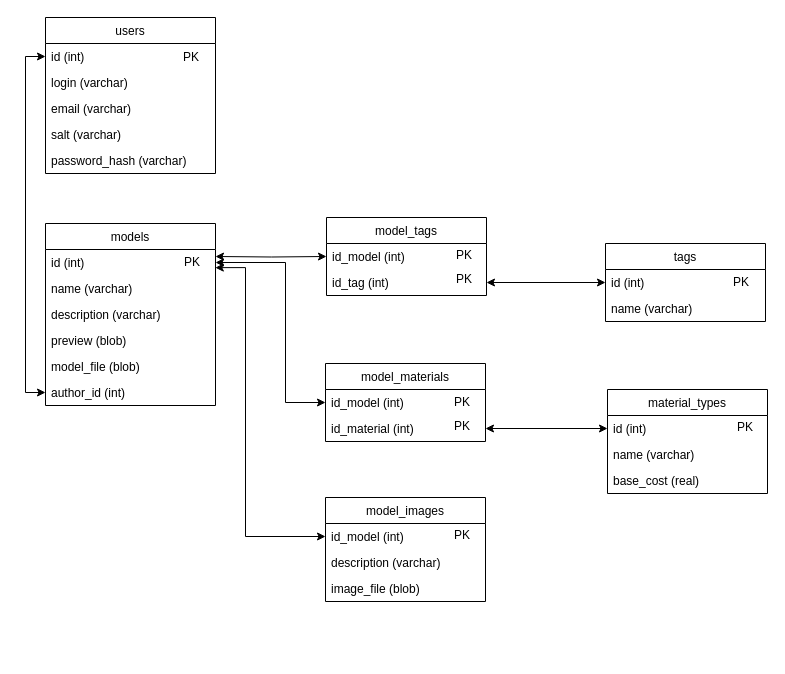
This is backend/db/doc/db_scheme.drawio from Your-Factory/marketplace, a draw.io file, before an edit. Source tidied: cells renumbered, new cells numbered last; positions are measured from the earlier drawing's top-left corner, leaving out a move shared by most shapes. Both pictures are drawn from the tidied source at 100%, with x=0, y=0 at pixel (25, 17).
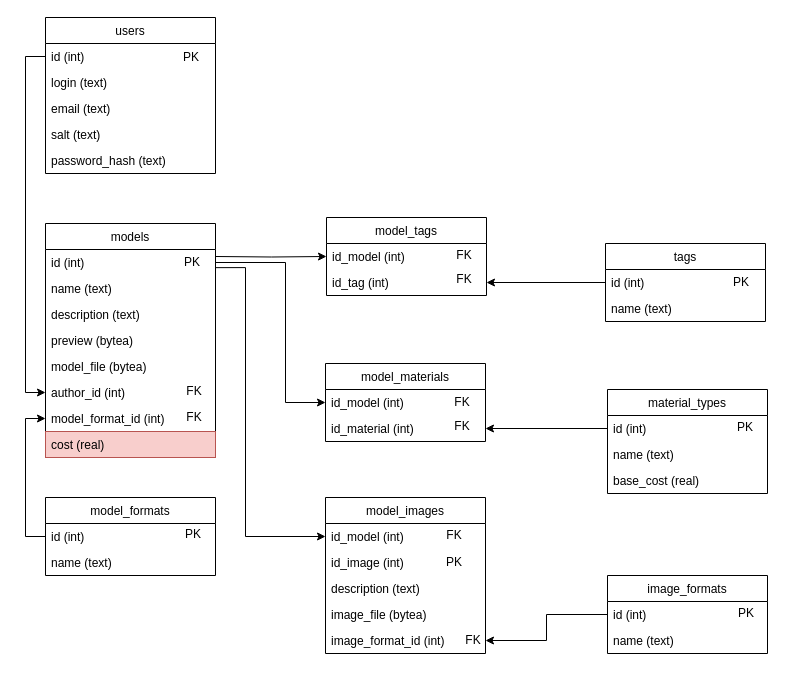
After the change.

Commit message (it also covers changes not shown here):
Add database scheme and sql generation script

Unchanged cells that the change refers to:
```xml
<mxCell id="2" value="users" style="swimlane;fontStyle=0;horizontal=1;startSize=26;fillColor=none;" parent="1" vertex="1">
  <mxGeometry x="20" width="170" height="156" as="geometry" />
</mxCell>
<mxCell id="3" value="id (int)" style="text;strokeColor=none;fillColor=none;align=left;verticalAlign=top;spacingLeft=4;spacingRight=4;overflow=hidden;points=[[0,0.5],[1,0.5]];portConstraint=eastwest;" parent="2" vertex="1">
  <mxGeometry y="26" width="170" height="26" as="geometry" />
</mxCell>
<mxCell id="9" value="id (int)" style="text;strokeColor=none;fillColor=none;align=left;verticalAlign=top;spacingLeft=4;spacingRight=4;overflow=hidden;points=[[0,0.5],[1,0.5]];portConstraint=eastwest;" parent="8" vertex="1">
  <mxGeometry y="26" width="170" height="26" as="geometry" />
</mxCell>
<mxCell id="14" value="author_id (int)" style="text;strokeColor=none;fillColor=none;align=left;verticalAlign=top;spacingLeft=4;spacingRight=4;overflow=hidden;points=[[0,0.5],[1,0.5]];portConstraint=eastwest;" parent="8" vertex="1">
  <mxGeometry y="156" width="170" height="26" as="geometry" />
</mxCell>
<mxCell id="15" value="material_types" style="swimlane;fontStyle=0;horizontal=1;startSize=26;fillColor=none;" parent="1" vertex="1">
  <mxGeometry x="582" y="372" width="160" height="104" as="geometry" />
</mxCell>
<mxCell id="16" value="id (int)" style="text;strokeColor=none;fillColor=none;align=left;verticalAlign=top;spacingLeft=4;spacingRight=4;overflow=hidden;points=[[0,0.5],[1,0.5]];portConstraint=eastwest;" parent="15" vertex="1">
  <mxGeometry y="26" width="160" height="26" as="geometry" />
</mxCell>
<mxCell id="20" value="id_model (int)" style="text;strokeColor=none;fillColor=none;align=left;verticalAlign=top;spacingLeft=4;spacingRight=4;overflow=hidden;points=[[0,0.5],[1,0.5]];portConstraint=eastwest;" parent="19" vertex="1">
  <mxGeometry y="26" width="160" height="26" as="geometry" />
</mxCell>
<mxCell id="21" value="id_tag (int)" style="text;strokeColor=none;fillColor=none;align=left;verticalAlign=top;spacingLeft=4;spacingRight=4;overflow=hidden;points=[[0,0.5],[1,0.5]];portConstraint=eastwest;" parent="19" vertex="1">
  <mxGeometry y="52" width="160" height="26" as="geometry" />
</mxCell>
<mxCell id="22" value="tags" style="swimlane;fontStyle=0;horizontal=1;startSize=26;fillColor=none;" parent="1" vertex="1">
  <mxGeometry x="580" y="226" width="160" height="78" as="geometry" />
</mxCell>
<mxCell id="23" value="id (int)" style="text;strokeColor=none;fillColor=none;align=left;verticalAlign=top;spacingLeft=4;spacingRight=4;overflow=hidden;points=[[0,0.5],[1,0.5]];portConstraint=eastwest;" parent="22" vertex="1">
  <mxGeometry y="26" width="160" height="26" as="geometry" />
</mxCell>
<mxCell id="30" value="id_model (int)" style="text;strokeColor=none;fillColor=none;align=left;verticalAlign=top;spacingLeft=4;spacingRight=4;overflow=hidden;points=[[0,0.5],[1,0.5]];portConstraint=eastwest;" parent="29" vertex="1">
  <mxGeometry y="26" width="160" height="26" as="geometry" />
</mxCell>
<mxCell id="31" value="id_material (int)" style="text;strokeColor=none;fillColor=none;align=left;verticalAlign=top;spacingLeft=4;spacingRight=4;overflow=hidden;points=[[0,0.5],[1,0.5]];portConstraint=eastwest;" parent="29" vertex="1">
  <mxGeometry y="52" width="160" height="26" as="geometry" />
</mxCell>
<mxCell id="34" value="id_model (int)" style="text;strokeColor=none;fillColor=none;align=left;verticalAlign=top;spacingLeft=4;spacingRight=4;overflow=hidden;points=[[0,0.5],[1,0.5]];portConstraint=eastwest;" parent="33" vertex="1">
  <mxGeometry y="26" width="160" height="26" as="geometry" />
</mxCell>
```

Diff of the diagram source:
```diff
@@
-    <mxCell id="4" value="login (varchar)" style="text;strokeColor=none;fillColor=none;align=left;verticalAlign=top;spacingLeft=4;spacingRight=4;overflow=hidden;" parent="2" vertex="1">
+    <mxCell id="4" value="login (text)" style="text;strokeColor=none;fillColor=none;align=left;verticalAlign=top;spacingLeft=4;spacingRight=4;overflow=hidden;" parent="2" vertex="1">
       <mxGeometry y="52" width="170" height="26" as="geometry" />
     </mxCell>
-    <mxCell id="5" value="email (varchar)" style="text;strokeColor=none;fillColor=none;align=left;verticalAlign=top;spacingLeft=4;spacingRight=4;overflow=hidden;" parent="2" vertex="1">
+    <mxCell id="5" value="email (text)" style="text;strokeColor=none;fillColor=none;align=left;verticalAlign=top;spacingLeft=4;spacingRight=4;overflow=hidden;" parent="2" vertex="1">
       <mxGeometry y="78" width="170" height="26" as="geometry" />
     </mxCell>
-    <mxCell id="6" value="salt (varchar)" style="text;strokeColor=none;fillColor=none;align=left;verticalAlign=top;spacingLeft=4;spacingRight=4;overflow=hidden;" parent="2" vertex="1">
+    <mxCell id="6" value="salt (text)" style="text;strokeColor=none;fillColor=none;align=left;verticalAlign=top;spacingLeft=4;spacingRight=4;overflow=hidden;" parent="2" vertex="1">
       <mxGeometry y="104" width="170" height="26" as="geometry" />
     </mxCell>
-    <mxCell id="7" value="password_hash (varchar)" style="text;strokeColor=none;fillColor=none;align=left;verticalAlign=top;spacingLeft=4;spacingRight=4;overflow=hidden;" parent="2" vertex="1">
+    <mxCell id="7" value="password_hash (text)" style="text;strokeColor=none;fillColor=none;align=left;verticalAlign=top;spacingLeft=4;spacingRight=4;overflow=hidden;" parent="2" vertex="1">
       <mxGeometry y="130" width="170" height="26" as="geometry" />
     </mxCell>
     <mxCell id="8" value="models" style="swimlane;fontStyle=0;horizontal=1;startSize=26;fillColor=none;" parent="1" vertex="1">
-      <mxGeometry x="20" y="206" width="170" height="182" as="geometry" />
+      <mxGeometry x="20" y="206" width="170" height="234" as="geometry" />
     </mxCell>
@@
-    <mxCell id="10" value="name (varchar)" style="text;strokeColor=none;fillColor=none;align=left;verticalAlign=top;spacingLeft=4;spacingRight=4;overflow=hidden;" parent="8" vertex="1">
+    <mxCell id="10" value="name (text)" style="text;strokeColor=none;fillColor=none;align=left;verticalAlign=top;spacingLeft=4;spacingRight=4;overflow=hidden;" parent="8" vertex="1">
       <mxGeometry y="52" width="170" height="26" as="geometry" />
     </mxCell>
-    <mxCell id="11" value="description (varchar)" style="text;strokeColor=none;fillColor=none;align=left;verticalAlign=top;spacingLeft=4;spacingRight=4;overflow=hidden;" parent="8" vertex="1">
+    <mxCell id="11" value="description (text)" style="text;strokeColor=none;fillColor=none;align=left;verticalAlign=top;spacingLeft=4;spacingRight=4;overflow=hidden;" parent="8" vertex="1">
       <mxGeometry y="78" width="170" height="26" as="geometry" />
     </mxCell>
-    <mxCell id="12" value="preview (blob)" style="text;strokeColor=none;fillColor=none;align=left;verticalAlign=top;spacingLeft=4;spacingRight=4;overflow=hidden;" parent="8" vertex="1">
+    <mxCell id="12" value="preview (bytea)" style="text;strokeColor=none;fillColor=none;align=left;verticalAlign=top;spacingLeft=4;spacingRight=4;overflow=hidden;" parent="8" vertex="1">
       <mxGeometry y="104" width="170" height="26" as="geometry" />
     </mxCell>
-    <mxCell id="13" value="model_file (blob)" style="text;strokeColor=none;fillColor=none;align=left;verticalAlign=top;spacingLeft=4;spacingRight=4;overflow=hidden;" parent="8" vertex="1">
+    <mxCell id="13" value="model_file (bytea)" style="text;strokeColor=none;fillColor=none;align=left;verticalAlign=top;spacingLeft=4;spacingRight=4;overflow=hidden;" parent="8" vertex="1">
       <mxGeometry y="130" width="170" height="26" as="geometry" />
     </mxCell>
@@
+    <mxCell id="47" value="model_format_id (int)" style="text;strokeColor=none;fillColor=none;align=left;verticalAlign=top;spacingLeft=4;spacingRight=4;overflow=hidden;points=[[0,0.5],[1,0.5]];portConstraint=eastwest;" parent="8" vertex="1">
+      <mxGeometry y="182" width="170" height="26" as="geometry" />
+    </mxCell>
+    <mxCell id="48" value="cost (real)" style="text;strokeColor=#b85450;fillColor=#f8cecc;align=left;verticalAlign=top;spacingLeft=4;spacingRight=4;overflow=hidden;" parent="8" vertex="1">
+      <mxGeometry y="208" width="170" height="26" as="geometry" />
+    </mxCell>
@@
-    <mxCell id="17" value="name (varchar)" style="text;strokeColor=none;fillColor=none;align=left;verticalAlign=top;spacingLeft=4;spacingRight=4;overflow=hidden;" parent="15" vertex="1">
+    <mxCell id="17" value="name (text)" style="text;strokeColor=none;fillColor=none;align=left;verticalAlign=top;spacingLeft=4;spacingRight=4;overflow=hidden;" parent="15" vertex="1">
       <mxGeometry y="52" width="160" height="26" as="geometry" />
     </mxCell>
@@
-    <mxCell id="24" value="name (varchar)" style="text;strokeColor=none;fillColor=none;align=left;verticalAlign=top;spacingLeft=4;spacingRight=4;overflow=hidden;" parent="22" vertex="1">
+    <mxCell id="24" value="name (text)" style="text;strokeColor=none;fillColor=none;align=left;verticalAlign=top;spacingLeft=4;spacingRight=4;overflow=hidden;" parent="22" vertex="1">
       <mxGeometry y="52" width="160" height="26" as="geometry" />
     </mxCell>
-    <mxCell id="25" style="edgeStyle=orthogonalEdgeStyle;rounded=0;jettySize=auto;html=1;entryX=0;entryY=0.5;entryDx=0;entryDy=0;startArrow=classic;startFill=1;" parent="1" edge="1" source="21" target="23">
+    <mxCell id="25" style="edgeStyle=orthogonalEdgeStyle;rounded=0;jettySize=auto;html=1;entryX=0;entryY=0.5;entryDx=0;entryDy=0;startArrow=classic;startFill=1;endArrow=none;endFill=0;" parent="1" edge="1" source="21" target="23">
       <mxGeometry relative="1" as="geometry" />
     </mxCell>
-    <mxCell id="26" style="edgeStyle=orthogonalEdgeStyle;rounded=0;jettySize=auto;html=1;entryX=0;entryY=0.5;entryDx=0;entryDy=0;startArrow=classic;startFill=1;" parent="1" edge="1" target="20">
+    <mxCell id="26" style="edgeStyle=orthogonalEdgeStyle;rounded=0;jettySize=auto;html=1;entryX=0;entryY=0.5;entryDx=0;entryDy=0;startArrow=none;startFill=0;" parent="1" edge="1" target="20">
       <mxGeometry relative="1" as="geometry">
         <mxPoint x="190" y="239" as="sourcePoint" />
       </mxGeometry>
     </mxCell>
-    <mxCell id="27" style="edgeStyle=orthogonalEdgeStyle;rounded=0;jettySize=auto;html=1;entryX=0;entryY=0.5;entryDx=0;entryDy=0;startArrow=classic;startFill=1;exitX=1;exitY=0.5;exitDx=0;exitDy=0;" parent="1" edge="1" source="31" target="16">
+    <mxCell id="27" style="edgeStyle=orthogonalEdgeStyle;rounded=0;jettySize=auto;html=1;entryX=0;entryY=0.5;entryDx=0;entryDy=0;startArrow=classic;startFill=1;exitX=1;exitY=0.5;exitDx=0;exitDy=0;endArrow=none;endFill=0;" parent="1" edge="1" source="31" target="16">
       <mxGeometry relative="1" as="geometry" />
     </mxCell>
-    <mxCell id="28" style="edgeStyle=orthogonalEdgeStyle;rounded=0;jettySize=auto;html=1;entryX=0;entryY=0.5;entryDx=0;entryDy=0;startArrow=classic;startFill=1;" parent="1" edge="1" source="14" target="3">
+    <mxCell id="28" style="edgeStyle=orthogonalEdgeStyle;rounded=0;jettySize=auto;html=1;entryX=0;entryY=0.5;entryDx=0;entryDy=0;startArrow=classic;startFill=1;endArrow=none;endFill=0;" parent="1" edge="1" source="14" target="3">
       <mxGeometry relative="1" as="geometry">
         <Array as="points">
           <mxPoint y="375" />
           <mxPoint y="39" />
         </Array>
       </mxGeometry>
     </mxCell>
@@
-    <mxCell id="32" style="edgeStyle=orthogonalEdgeStyle;rounded=0;jettySize=auto;html=1;entryX=0;entryY=0.5;entryDx=0;entryDy=0;startArrow=classic;startFill=1;exitX=1;exitY=0.5;exitDx=0;exitDy=0;" parent="1" edge="1" source="9" target="30">
+    <mxCell id="32" style="edgeStyle=orthogonalEdgeStyle;rounded=0;jettySize=auto;html=1;entryX=0;entryY=0.5;entryDx=0;entryDy=0;startArrow=none;startFill=0;exitX=1;exitY=0.5;exitDx=0;exitDy=0;" parent="1" edge="1" source="9" target="30">
       <mxGeometry relative="1" as="geometry">
         <Array as="points">
           <mxPoint x="260" y="245" />
           <mxPoint x="260" y="385" />
         </Array>
       </mxGeometry>
     </mxCell>
     <mxCell id="33" value="model_images" style="swimlane;fontStyle=0;horizontal=1;startSize=26;fillColor=none;" parent="1" vertex="1">
-      <mxGeometry x="300" y="480" width="160" height="104" as="geometry" />
+      <mxGeometry x="300" y="480" width="160" height="156" as="geometry" />
     </mxCell>
@@
+    <mxCell id="49" value="id_image (int)" style="text;strokeColor=none;fillColor=none;align=left;verticalAlign=top;spacingLeft=4;spacingRight=4;overflow=hidden;" parent="33" vertex="1">
+      <mxGeometry y="52" width="160" height="26" as="geometry" />
+    </mxCell>
-    <mxCell id="35" value="description (varchar)" style="text;strokeColor=none;fillColor=none;align=left;verticalAlign=top;spacingLeft=4;spacingRight=4;overflow=hidden;" parent="33" vertex="1">
-      <mxGeometry y="52" width="160" height="26" as="geometry" />
+    <mxCell id="35" value="description (text)" style="text;strokeColor=none;fillColor=none;align=left;verticalAlign=top;spacingLeft=4;spacingRight=4;overflow=hidden;" parent="33" vertex="1">
+      <mxGeometry y="78" width="160" height="26" as="geometry" />
     </mxCell>
-    <mxCell id="36" value="image_file (blob)" style="text;strokeColor=none;fillColor=none;align=left;verticalAlign=top;spacingLeft=4;spacingRight=4;overflow=hidden;" parent="33" vertex="1">
-      <mxGeometry y="78" width="160" height="26" as="geometry" />
+    <mxCell id="36" value="image_file (bytea)" style="text;strokeColor=none;fillColor=none;align=left;verticalAlign=top;spacingLeft=4;spacingRight=4;overflow=hidden;" parent="33" vertex="1">
+      <mxGeometry y="104" width="160" height="26" as="geometry" />
     </mxCell>
+    <mxCell id="50" value="image_format_id (int)" style="text;strokeColor=none;fillColor=none;align=left;verticalAlign=top;spacingLeft=4;spacingRight=4;overflow=hidden;points=[[0,0.5],[1,0.5]];portConstraint=eastwest;" parent="33" vertex="1">
+      <mxGeometry y="130" width="160" height="26" as="geometry" />
+    </mxCell>
-    <mxCell id="37" style="edgeStyle=orthogonalEdgeStyle;rounded=0;jettySize=auto;html=1;entryX=0;entryY=0.5;entryDx=0;entryDy=0;startArrow=classic;startFill=1;exitX=0.999;exitY=0.698;exitDx=0;exitDy=0;exitPerimeter=0;" parent="1" edge="1" source="9" target="34">
+    <mxCell id="37" style="edgeStyle=orthogonalEdgeStyle;rounded=0;jettySize=auto;html=1;entryX=0;entryY=0.5;entryDx=0;entryDy=0;startArrow=none;startFill=0;exitX=0.999;exitY=0.698;exitDx=0;exitDy=0;exitPerimeter=0;" parent="1" edge="1" source="9" target="34">
       <mxGeometry relative="1" as="geometry">
         <Array as="points">
           <mxPoint x="220" y="250" />
           <mxPoint x="220" y="519" />
         </Array>
       </mxGeometry>
     </mxCell>
@@
     <mxCell id="42" value="PK" style="text;html=1;strokeColor=none;fillColor=none;align=center;verticalAlign=middle;whiteSpace=wrap;rounded=0;" parent="1" vertex="1">
-      <mxGeometry x="417" y="508" width="40" height="20" as="geometry" />
+      <mxGeometry x="409" y="535" width="40" height="20" as="geometry" />
     </mxCell>
-    <mxCell id="43" value="PK" style="text;html=1;strokeColor=none;fillColor=none;align=center;verticalAlign=middle;whiteSpace=wrap;rounded=0;" parent="1" vertex="1">
+    <mxCell id="43" value="FK" style="text;html=1;strokeColor=none;fillColor=none;align=center;verticalAlign=middle;whiteSpace=wrap;rounded=0;" parent="1" vertex="1">
       <mxGeometry x="419" y="228" width="40" height="20" as="geometry" />
     </mxCell>
-    <mxCell id="44" value="PK" style="text;html=1;strokeColor=none;fillColor=none;align=center;verticalAlign=middle;whiteSpace=wrap;rounded=0;" parent="1" vertex="1">
+    <mxCell id="44" value="FK" style="text;html=1;strokeColor=none;fillColor=none;align=center;verticalAlign=middle;whiteSpace=wrap;rounded=0;" parent="1" vertex="1">
       <mxGeometry x="419" y="252" width="40" height="20" as="geometry" />
     </mxCell>
-    <mxCell id="45" value="PK" style="text;html=1;strokeColor=none;fillColor=none;align=center;verticalAlign=middle;whiteSpace=wrap;rounded=0;" parent="1" vertex="1">
+    <mxCell id="45" value="FK" style="text;html=1;strokeColor=none;fillColor=none;align=center;verticalAlign=middle;whiteSpace=wrap;rounded=0;" parent="1" vertex="1">
       <mxGeometry x="417" y="375" width="40" height="20" as="geometry" />
     </mxCell>
-    <mxCell id="46" value="PK" style="text;html=1;strokeColor=none;fillColor=none;align=center;verticalAlign=middle;whiteSpace=wrap;rounded=0;" parent="1" vertex="1">
+    <mxCell id="46" value="FK" style="text;html=1;strokeColor=none;fillColor=none;align=center;verticalAlign=middle;whiteSpace=wrap;rounded=0;" parent="1" vertex="1">
       <mxGeometry x="417" y="399" width="40" height="20" as="geometry" />
     </mxCell>
+    <mxCell id="51" style="edgeStyle=orthogonalEdgeStyle;rounded=0;jettySize=auto;html=1;entryX=1;entryY=0.5;entryDx=0;entryDy=0;startArrow=none;startFill=0;endArrow=classic;endFill=1;" parent="1" edge="1" source="52" target="50">
+      <mxGeometry relative="1" as="geometry" />
+    </mxCell>
+    <mxCell id="52" value="image_formats" style="swimlane;fontStyle=0;horizontal=1;startSize=26;fillColor=none;" parent="1" vertex="1">
+      <mxGeometry x="582" y="558" width="160" height="78" as="geometry" />
+    </mxCell>
+    <mxCell id="53" value="id (int)" style="text;strokeColor=none;fillColor=none;align=left;verticalAlign=top;spacingLeft=4;spacingRight=4;overflow=hidden;" parent="52" vertex="1">
+      <mxGeometry y="26" width="160" height="26" as="geometry" />
+    </mxCell>
+    <mxCell id="54" value="name (text)" style="text;strokeColor=none;fillColor=none;align=left;verticalAlign=top;spacingLeft=4;spacingRight=4;overflow=hidden;" parent="52" vertex="1">
+      <mxGeometry y="52" width="160" height="26" as="geometry" />
+    </mxCell>
+    <mxCell id="55" value="FK" style="text;html=1;strokeColor=none;fillColor=none;align=center;verticalAlign=middle;whiteSpace=wrap;rounded=0;" parent="1" vertex="1">
+      <mxGeometry x="428" y="613" width="40" height="20" as="geometry" />
+    </mxCell>
+    <mxCell id="56" value="FK" style="text;html=1;strokeColor=none;fillColor=none;align=center;verticalAlign=middle;whiteSpace=wrap;rounded=0;" parent="1" vertex="1">
+      <mxGeometry x="149" y="364" width="40" height="20" as="geometry" />
+    </mxCell>
+    <mxCell id="57" value="FK" style="text;html=1;strokeColor=none;fillColor=none;align=center;verticalAlign=middle;whiteSpace=wrap;rounded=0;" parent="1" vertex="1">
+      <mxGeometry x="149" y="390" width="40" height="20" as="geometry" />
+    </mxCell>
+    <mxCell id="58" value="model_formats" style="swimlane;fontStyle=0;horizontal=1;startSize=26;fillColor=none;" parent="1" vertex="1">
+      <mxGeometry x="20" y="480" width="170" height="78" as="geometry" />
+    </mxCell>
+    <mxCell id="59" value="id (int)" style="text;strokeColor=none;fillColor=none;align=left;verticalAlign=top;spacingLeft=4;spacingRight=4;overflow=hidden;" parent="58" vertex="1">
+      <mxGeometry y="26" width="170" height="26" as="geometry" />
+    </mxCell>
+    <mxCell id="60" value="name (text)" style="text;strokeColor=none;fillColor=none;align=left;verticalAlign=top;spacingLeft=4;spacingRight=4;overflow=hidden;" parent="58" vertex="1">
+      <mxGeometry y="52" width="170" height="26" as="geometry" />
+    </mxCell>
+    <mxCell id="61" style="edgeStyle=orthogonalEdgeStyle;rounded=0;jettySize=auto;html=1;entryX=0;entryY=0.5;entryDx=0;entryDy=0;startArrow=none;startFill=0;endArrow=classic;endFill=1;" parent="1" edge="1" target="47">
+      <mxGeometry relative="1" as="geometry">
+        <mxPoint x="20" y="519" as="sourcePoint" />
+        <Array as="points">
+          <mxPoint y="519" />
+          <mxPoint y="401" />
+        </Array>
+      </mxGeometry>
+    </mxCell>
+    <mxCell id="62" value="PK" style="text;html=1;strokeColor=none;fillColor=none;align=center;verticalAlign=middle;whiteSpace=wrap;rounded=0;" parent="1" vertex="1">
+      <mxGeometry x="701" y="586" width="40" height="20" as="geometry" />
+    </mxCell>
+    <mxCell id="63" value="PK" style="text;html=1;strokeColor=none;fillColor=none;align=center;verticalAlign=middle;whiteSpace=wrap;rounded=0;" parent="1" vertex="1">
+      <mxGeometry x="148" y="507" width="40" height="20" as="geometry" />
+    </mxCell>
+    <mxCell id="64" value="FK" style="text;html=1;strokeColor=none;fillColor=none;align=center;verticalAlign=middle;whiteSpace=wrap;rounded=0;" parent="1" vertex="1">
+      <mxGeometry x="409" y="508" width="40" height="20" as="geometry" />
+    </mxCell>
```
